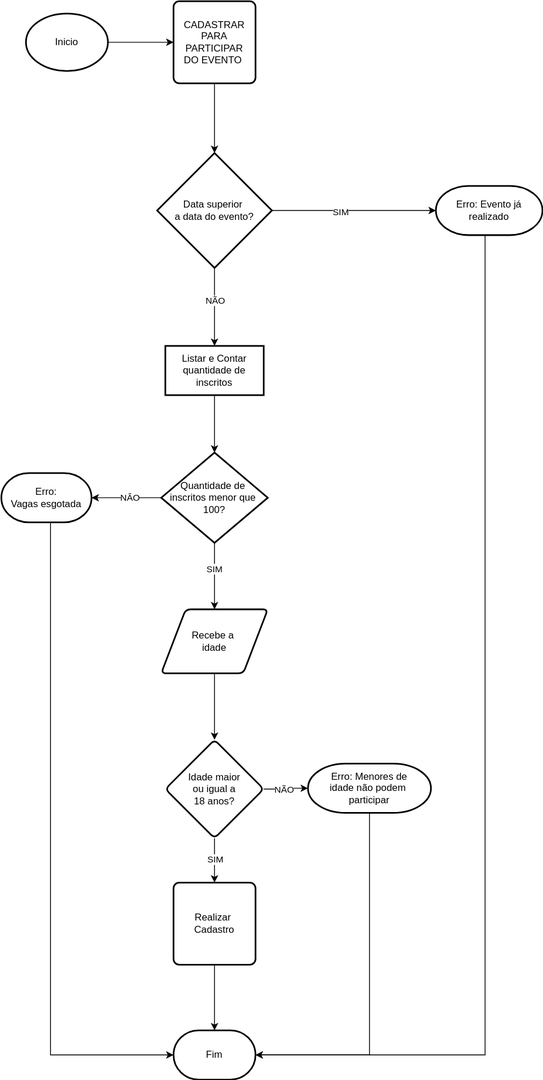
Before: ATIVIDADE-ENCONTRO/Cadastro de Eventos.drawio.svg, a diagram exported from draw.io (orionwork/RESOLUCAO-PROBLEMA). Source tidied: cells renumbered, new cells last; positions are measured from the earlier drawing's top-left corner, leaving out a move shared by most shapes.
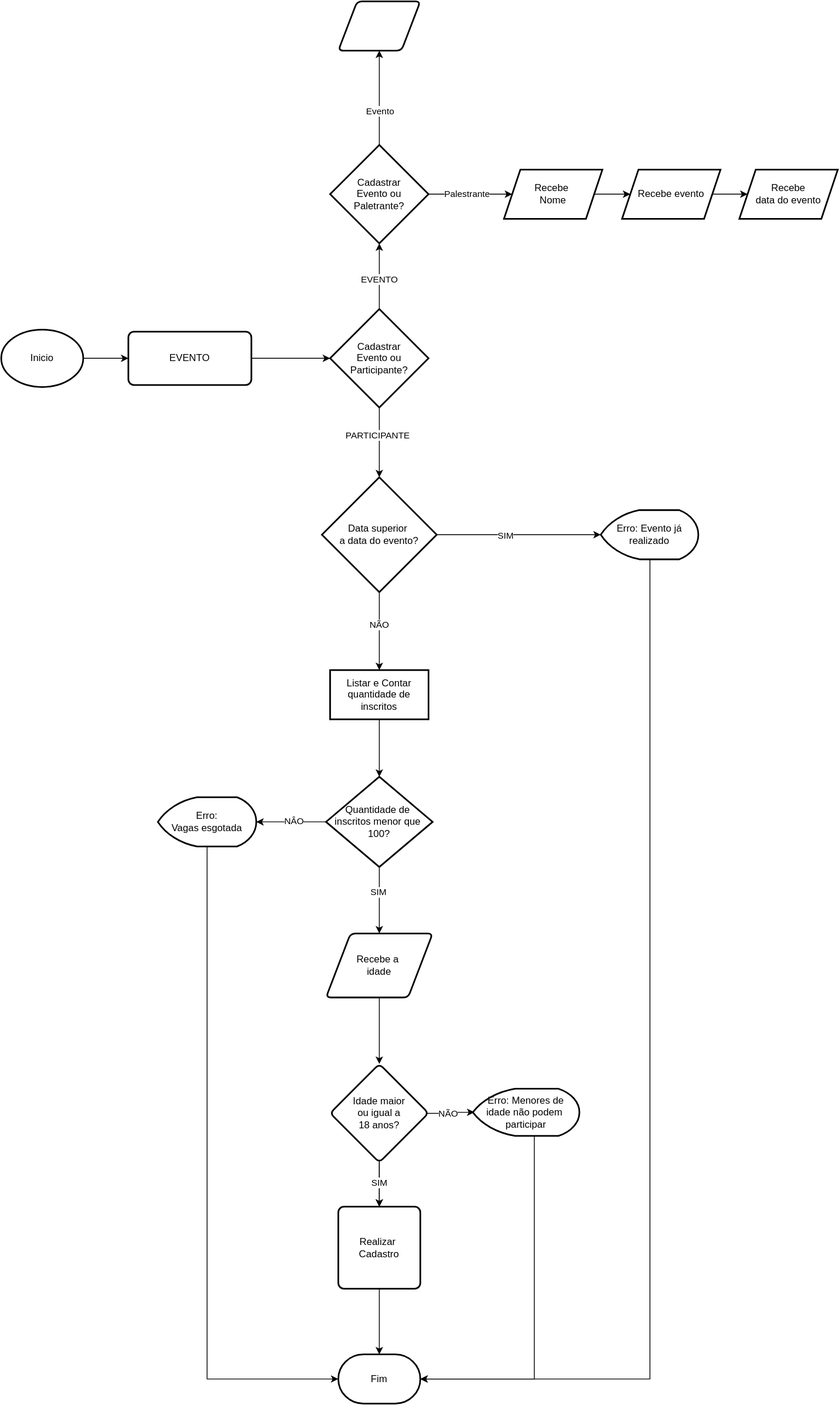
After the commit.

What changed in the source:
```diff
@@ -6,10 +6,16 @@
       <mxGeometry relative="1" as="geometry" />
     </mxCell>
     <mxCell id="3" value="Inicio" style="strokeWidth=2;html=1;shape=mxgraph.flowchart.start_1;whiteSpace=wrap;" parent="1" vertex="1">
-      <mxGeometry x="30" y="15" width="100" height="70" as="geometry" />
+      <mxGeometry x="-201" y="5" width="100" height="70" as="geometry" />
     </mxCell>
-    <mxCell id="4" style="edgeStyle=orthogonalEdgeStyle;rounded=0;jettySize=auto;html=1;" parent="1" edge="1" source="8" target="12">
-      <mxGeometry relative="1" as="geometry" />
+    <mxCell id="4" style="edgeStyle=orthogonalEdgeStyle;rounded=0;jettySize=auto;html=1;exitX=1;exitY=0.5;exitDx=0;exitDy=0;exitPerimeter=0;" parent="1" edge="1" source="8">
+      <mxGeometry relative="1" as="geometry">
+        <mxPoint x="530" y="255" as="targetPoint" />
+        <Array as="points">
+          <mxPoint x="430" y="255" />
+          <mxPoint x="430" y="255" />
+        </Array>
+      </mxGeometry>
     </mxCell>
     <mxCell id="5" value="SIM" style="edgeLabel;html=1;align=center;verticalAlign=middle;" parent="4" vertex="1">
       <mxGeometry x="-0.17" y="-1" relative="1" as="geometry" />
@@ -23,29 +29,27 @@
     <mxCell id="8" value="Data superior&amp;nbsp;&lt;br&gt;a data do evento?" style="strokeWidth=2;html=1;shape=mxgraph.flowchart.decision;whiteSpace=wrap;" parent="1" vertex="1">
       <mxGeometry x="190" y="185" width="140" height="140" as="geometry" />
     </mxCell>
-    <mxCell id="9" style="edgeStyle=orthogonalEdgeStyle;rounded=0;jettySize=auto;html=1;" parent="1" edge="1" source="10" target="8">
-      <mxGeometry relative="1" as="geometry" />
-    </mxCell>
+    <mxCell id="34" style="edgeStyle=orthogonalEdgeStyle;rounded=0;jettySize=auto;html=1;" parent="1" edge="1" source="10" target="39">
+      <mxGeometry relative="1" as="geometry" />
+    </mxCell>
-    <mxCell id="10" value="CADASTRAR PARA PARTICIPAR&lt;br&gt;DO EVENTO&amp;nbsp;" style="rounded=1;whiteSpace=wrap;html=1;absoluteArcSize=1;arcSize=14;strokeWidth=2;" parent="1" vertex="1">
-      <mxGeometry x="210" width="100" height="100" as="geometry" />
+    <mxCell id="10" value="EVENTO" style="rounded=1;whiteSpace=wrap;html=1;absoluteArcSize=1;arcSize=14;strokeWidth=2;" parent="1" vertex="1">
+      <mxGeometry x="-46" y="7.5" width="150" height="65" as="geometry" />
     </mxCell>
-    <mxCell id="11" style="edgeStyle=orthogonalEdgeStyle;rounded=0;jettySize=auto;html=1;entryX=1;entryY=0.5;entryDx=0;entryDy=0;entryPerimeter=0;" parent="1" edge="1" source="12" target="31">
+    <mxCell id="11" style="edgeStyle=orthogonalEdgeStyle;rounded=0;jettySize=auto;html=1;entryX=1;entryY=0.5;entryDx=0;entryDy=0;entryPerimeter=0;" parent="1" edge="1" target="31">
       <mxGeometry relative="1" as="geometry">
+        <mxPoint x="590" y="285" as="sourcePoint" />
         <Array as="points">
           <mxPoint x="590" y="1284" />
         </Array>
       </mxGeometry>
     </mxCell>
-    <mxCell id="12" value="Erro: Evento já realizado" style="strokeWidth=2;html=1;shape=mxgraph.flowchart.terminator;whiteSpace=wrap;" parent="1" vertex="1">
-      <mxGeometry x="530" y="225" width="130" height="60" as="geometry" />
-    </mxCell>
     <mxCell id="13" style="edgeStyle=orthogonalEdgeStyle;rounded=0;jettySize=auto;html=1;" parent="1" edge="1" source="14" target="19">
       <mxGeometry relative="1" as="geometry" />
     </mxCell>
     <mxCell id="14" value="Recebe a&amp;nbsp;&lt;br&gt;idade" style="shape=parallelogram;html=1;strokeWidth=2;perimeter=parallelogramPerimeter;whiteSpace=wrap;rounded=1;arcSize=12;size=0.23;" parent="1" vertex="1">
       <mxGeometry x="195" y="741" width="130" height="78" as="geometry" />
     </mxCell>
-    <mxCell id="15" style="edgeStyle=orthogonalEdgeStyle;rounded=0;jettySize=auto;html=1;" parent="1" edge="1" source="19" target="21">
+    <mxCell id="15" style="edgeStyle=orthogonalEdgeStyle;rounded=0;jettySize=auto;html=1;entryX=0.015;entryY=0.499;entryDx=0;entryDy=0;entryPerimeter=0;exitX=0.985;exitY=0.502;exitDx=0;exitDy=0;exitPerimeter=0;" parent="1" edge="1" source="19" target="21">
       <mxGeometry relative="1" as="geometry" />
     </mxCell>
     <mxCell id="16" value="NÃO" style="edgeLabel;html=1;align=center;verticalAlign=middle;" parent="15" vertex="1">
@@ -67,17 +71,16 @@
         </Array>
       </mxGeometry>
     </mxCell>
-    <mxCell id="21" value="Erro: Menores de &lt;br&gt;idade não podem&amp;nbsp;&lt;br&gt;participar" style="strokeWidth=2;html=1;shape=mxgraph.flowchart.terminator;whiteSpace=wrap;" parent="1" vertex="1">
-      <mxGeometry x="374" y="929" width="150" height="60" as="geometry" />
-    </mxCell>
     <mxCell id="22" style="edgeStyle=orthogonalEdgeStyle;rounded=0;jettySize=auto;html=1;" parent="1" edge="1" source="23" target="28">
       <mxGeometry relative="1" as="geometry" />
     </mxCell>
     <mxCell id="23" value="Listar e Contar quantidade de inscritos" style="whiteSpace=wrap;html=1;strokeWidth=2;" parent="1" vertex="1">
       <mxGeometry x="200" y="420" width="120" height="60" as="geometry" />
     </mxCell>
-    <mxCell id="24" style="edgeStyle=orthogonalEdgeStyle;rounded=0;jettySize=auto;html=1;" parent="1" edge="1" source="28" target="30">
-      <mxGeometry relative="1" as="geometry" />
+    <mxCell id="24" style="edgeStyle=orthogonalEdgeStyle;rounded=0;jettySize=auto;html=1;" parent="1" edge="1" source="28">
+      <mxGeometry relative="1" as="geometry">
+        <mxPoint x="110" y="605" as="targetPoint" />
+      </mxGeometry>
     </mxCell>
     <mxCell id="25" value="NÂO" style="edgeLabel;html=1;align=center;verticalAlign=middle;" parent="24" vertex="1">
       <mxGeometry x="-0.07" y="-1" relative="1" as="geometry" />
@@ -91,16 +94,15 @@
     <mxCell id="28" value="Quantidade de&amp;nbsp;&lt;br&gt;inscritos menor que&amp;nbsp;&lt;br&gt;100?" style="rhombus;whiteSpace=wrap;html=1;strokeWidth=2;" parent="1" vertex="1">
       <mxGeometry x="195" y="550" width="130" height="110" as="geometry" />
     </mxCell>
-    <mxCell id="29" style="edgeStyle=orthogonalEdgeStyle;rounded=0;jettySize=auto;html=1;entryX=0;entryY=0.5;entryDx=0;entryDy=0;entryPerimeter=0;" parent="1" edge="1" source="30" target="31">
+    <mxCell id="29" style="edgeStyle=orthogonalEdgeStyle;rounded=0;jettySize=auto;html=1;entryX=0;entryY=0.5;entryDx=0;entryDy=0;entryPerimeter=0;" parent="1" edge="1" target="31">
       <mxGeometry relative="1" as="geometry">
+        <mxPoint x="60" y="635" as="sourcePoint" />
         <Array as="points">
-          <mxPoint x="60" y="1284" />
+          <mxPoint x="50" y="635" />
+          <mxPoint x="50" y="1284" />
         </Array>
       </mxGeometry>
     </mxCell>
-    <mxCell id="30" value="Erro:&lt;br&gt;Vagas esgotada" style="strokeWidth=2;html=1;shape=mxgraph.flowchart.terminator;whiteSpace=wrap;" parent="1" vertex="1">
-      <mxGeometry y="575" width="110" height="60" as="geometry" />
-    </mxCell>
     <mxCell id="31" value="Fim" style="strokeWidth=2;html=1;shape=mxgraph.flowchart.terminator;whiteSpace=wrap;" parent="1" vertex="1">
       <mxGeometry x="210" y="1254" width="100" height="60" as="geometry" />
     </mxCell>
@@ -110,5 +112,68 @@
     <mxCell id="33" value="Realizar&amp;nbsp;&lt;br&gt;Cadastro" style="rounded=1;whiteSpace=wrap;html=1;absoluteArcSize=1;arcSize=14;strokeWidth=2;" parent="1" vertex="1">
       <mxGeometry x="210" y="1074" width="100" height="100" as="geometry" />
     </mxCell>
+    <mxCell id="12" value="&lt;span&gt;Erro: Evento já realizado&lt;/span&gt;" style="strokeWidth=2;html=1;shape=mxgraph.flowchart.display;whiteSpace=wrap;" parent="1" vertex="1">
+      <mxGeometry x="530" y="225" width="119" height="60" as="geometry" />
+    </mxCell>
+    <mxCell id="30" value="&lt;span&gt;Erro:&lt;/span&gt;&lt;br&gt;&lt;span&gt;Vagas esgotada&lt;/span&gt;" style="strokeWidth=2;html=1;shape=mxgraph.flowchart.display;whiteSpace=wrap;" parent="1" vertex="1">
+      <mxGeometry x="-10" y="575" width="120" height="60" as="geometry" />
+    </mxCell>
+    <mxCell id="35" style="edgeStyle=orthogonalEdgeStyle;rounded=0;jettySize=auto;html=1;" parent="1" edge="1" source="39" target="8">
+      <mxGeometry relative="1" as="geometry" />
+    </mxCell>
+    <mxCell id="36" value="PARTICIPANTE" style="edgeLabel;html=1;align=center;verticalAlign=middle;" parent="35" vertex="1">
+      <mxGeometry x="-0.21" y="-2" relative="1" as="geometry" />
+    </mxCell>
+    <mxCell id="37" style="edgeStyle=orthogonalEdgeStyle;rounded=0;jettySize=auto;html=1;" parent="1" edge="1" source="39" target="44">
+      <mxGeometry relative="1" as="geometry" />
+    </mxCell>
+    <mxCell id="38" value="EVENTO" style="edgeLabel;html=1;align=center;verticalAlign=middle;" parent="37" vertex="1">
+      <mxGeometry x="-0.08" relative="1" as="geometry" />
+    </mxCell>
+    <mxCell id="39" value="&lt;span&gt;Cadastrar&lt;/span&gt;&lt;br&gt;&lt;span&gt;Evento ou Participante?&lt;/span&gt;" style="strokeWidth=2;html=1;shape=mxgraph.flowchart.decision;whiteSpace=wrap;" parent="1" vertex="1">
+      <mxGeometry x="200" y="-20" width="120" height="120" as="geometry" />
+    </mxCell>
+    <mxCell id="40" style="edgeStyle=orthogonalEdgeStyle;rounded=0;jettySize=auto;html=1;" parent="1" edge="1" source="44" target="48">
+      <mxGeometry relative="1" as="geometry" />
+    </mxCell>
+    <mxCell id="41" value="Palestrante" style="edgeLabel;html=1;align=center;verticalAlign=middle;" parent="40" vertex="1">
+      <mxGeometry x="-0.08" relative="1" as="geometry" />
+    </mxCell>
+    <mxCell id="42" style="edgeStyle=orthogonalEdgeStyle;rounded=0;jettySize=auto;html=1;entryX=0.5;entryY=1;entryDx=0;entryDy=0;" parent="1" edge="1" source="44" target="52">
+      <mxGeometry relative="1" as="geometry" />
+    </mxCell>
+    <mxCell id="43" value="Evento" style="edgeLabel;html=1;align=center;verticalAlign=middle;" parent="42" vertex="1">
+      <mxGeometry x="-0.28" y="-1" relative="1" as="geometry" />
+    </mxCell>
+    <mxCell id="44" value="&lt;span&gt;Cadastrar&lt;/span&gt;&lt;br&gt;&lt;span&gt;Evento ou Paletrante?&lt;/span&gt;" style="strokeWidth=2;html=1;shape=mxgraph.flowchart.decision;whiteSpace=wrap;" parent="1" vertex="1">
+      <mxGeometry x="200" y="-220" width="120" height="120" as="geometry" />
+    </mxCell>
+    <mxCell id="21" value="&lt;span&gt;Erro: Menores de&lt;/span&gt;&lt;br&gt;&lt;span&gt;idade não podem&amp;nbsp;&lt;/span&gt;&lt;br&gt;&lt;span&gt;participar&lt;/span&gt;" style="strokeWidth=2;html=1;shape=mxgraph.flowchart.display;whiteSpace=wrap;" parent="1" vertex="1">
+      <mxGeometry x="374" y="930.2" width="130" height="57.5" as="geometry" />
+    </mxCell>
+    <mxCell id="45" style="edgeStyle=orthogonalEdgeStyle;rounded=0;jettySize=auto;html=1;exitX=0.5;exitY=0.987;exitDx=0;exitDy=0;exitPerimeter=0;" parent="1" edge="1" source="19" target="33">
+      <mxGeometry relative="1" as="geometry" />
+    </mxCell>
+    <mxCell id="46" value="SIM" style="edgeLabel;html=1;align=center;verticalAlign=middle;" parent="45" vertex="1">
+      <mxGeometry x="-0.08" relative="1" as="geometry" />
+    </mxCell>
+    <mxCell id="47" style="edgeStyle=orthogonalEdgeStyle;rounded=0;jettySize=auto;html=1;" parent="1" edge="1" source="48" target="50">
+      <mxGeometry relative="1" as="geometry" />
+    </mxCell>
+    <mxCell id="48" value="Recebe&amp;nbsp;&lt;br&gt;Nome" style="shape=parallelogram;perimeter=parallelogramPerimeter;whiteSpace=wrap;html=1;fixedSize=1;strokeWidth=2;" parent="1" vertex="1">
+      <mxGeometry x="412" y="-190" width="120" height="60" as="geometry" />
+    </mxCell>
+    <mxCell id="49" style="edgeStyle=orthogonalEdgeStyle;rounded=0;jettySize=auto;html=1;" parent="1" edge="1" source="50" target="51">
+      <mxGeometry relative="1" as="geometry" />
+    </mxCell>
+    <mxCell id="50" value="Recebe evento" style="shape=parallelogram;perimeter=parallelogramPerimeter;whiteSpace=wrap;html=1;fixedSize=1;strokeWidth=2;" parent="1" vertex="1">
+      <mxGeometry x="556" y="-190" width="120" height="60" as="geometry" />
+    </mxCell>
+    <mxCell id="51" value="Recebe&lt;br&gt;data do evento" style="shape=parallelogram;perimeter=parallelogramPerimeter;whiteSpace=wrap;html=1;fixedSize=1;strokeWidth=2;" parent="1" vertex="1">
+      <mxGeometry x="699" y="-190" width="120" height="60" as="geometry" />
+    </mxCell>
+    <mxCell id="52" style="shape=parallelogram;html=1;strokeWidth=2;perimeter=parallelogramPerimeter;whiteSpace=wrap;rounded=1;arcSize=12;size=0.23;" parent="1" vertex="1">
+      <mxGeometry x="210" y="-395" width="100" height="60" as="geometry" />
+    </mxCell>
   </root>
 </mxGraphModel>
```
